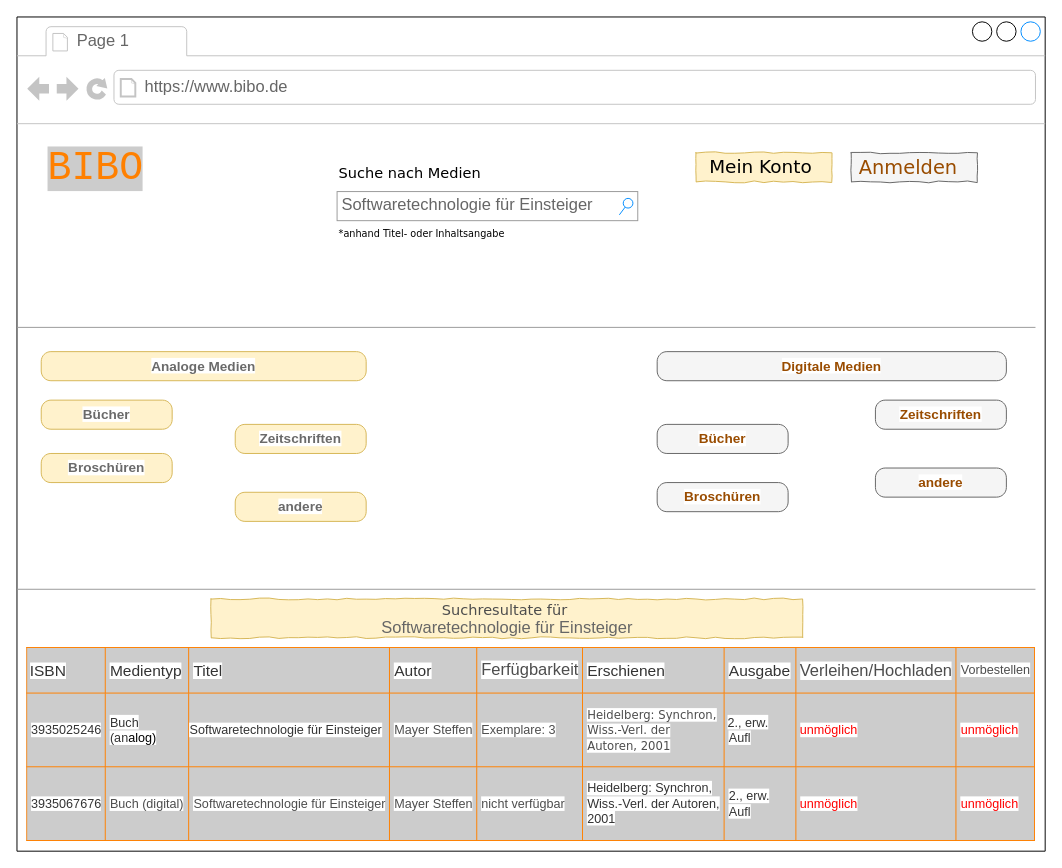
This is 3_Lasten_Pflichtenheft/Pflichtenheft/GUIs/Suchаnfrаgen vom Gаst oder unаngem. Benutzer.drawio from mostermann96/SWT2, a draw.io file, before an edit. Source tidied: cells renumbered, new cells numbered last; positions are measured from the earlier drawing's top-left corner, leaving out a move shared by most shapes. Both pictures are drawn from the tidied source at 97%, with x=0, y=0 at pixel (16, 16).
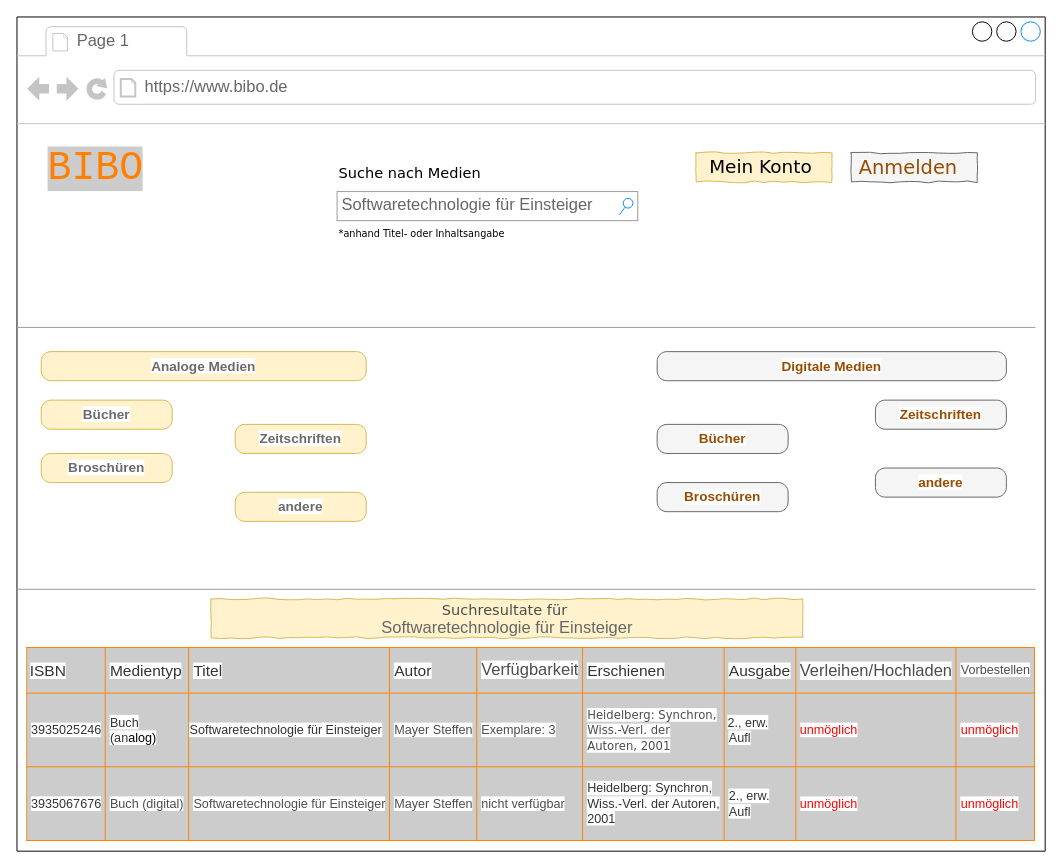
The same page after the edit.

The change refers to these unchanged cells:
```xml
<mxCell id="2" style="strokeWidth=1;shadow=0;dashed=0;align=center;html=1;shape=mxgraph.mockup.containers.browserWindow;rSize=0;mainText=,;rounded=0;labelBackgroundColor=none;fontFamily=Verdana;fontSize=12;" parent="1" vertex="1">
  <mxGeometry width="1060" height="860" as="geometry" />
</mxCell>
```

Change to the diagram source:
```diff
@@
-    <mxCell id="24" value="&lt;table style=&quot;width: 100% ; height: 100% ; border-collapse: collapse ; background-color: rgb(204 , 204 , 204) ; border: 1px solid rgb(255 , 128 , 0)&quot; width=&quot;100%&quot; cellpadding=&quot;4&quot; border=&quot;1&quot;&gt;&lt;tbody style=&quot;font-size: 13px&quot;&gt;&lt;tr style=&quot;color: rgb(255 , 255 , 255)&quot;&gt;&lt;td style=&quot;text-indent: -2%&quot;&gt;&lt;font face=&quot;VisSansBold, Helvetica, Arial, sans-serif&quot; color=&quot;#333333&quot;&gt;&lt;span style=&quot;font-size: 16px ; white-space: normal ; background-color: rgb(255 , 255 , 255)&quot;&gt;ISBN&lt;/span&gt;&lt;/font&gt;&lt;br&gt;&lt;/td&gt;&lt;td&gt;&lt;span style=&quot;color: rgb(51 , 51 , 51) ; font-family: &amp;#34;vissansbold&amp;#34; , &amp;#34;helvetica&amp;#34; , &amp;#34;arial&amp;#34; , sans-serif ; font-size: 16px ; text-indent: -2% ; white-space: normal ; background-color: rgb(255 , 255 , 255)&quot;&gt;Medientyp&lt;/span&gt;&lt;br&gt;&lt;/td&gt;&lt;th align=&quot;left&quot;&gt;&lt;span style=&quot;color: rgb(51 , 51 , 51) ; font-family: &amp;#34;vissansbold&amp;#34; , &amp;#34;helvetica&amp;#34; , &amp;#34;arial&amp;#34; , sans-serif ; font-size: 16px ; font-weight: 400 ; text-indent: -2% ; white-space: normal ; background-color: rgb(255 , 255 , 255)&quot;&gt;Titel&lt;/span&gt;&lt;br&gt;&lt;/th&gt;&lt;th align=&quot;left&quot;&gt;&lt;font face=&quot;VisSansBold, Helvetica, Arial, sans-serif&quot; color=&quot;#333333&quot;&gt;&lt;span style=&quot;font-size: 16px ; font-weight: 400 ; white-space: normal ; background-color: rgb(255 , 255 , 255)&quot;&gt;Autor&lt;/span&gt;&lt;/font&gt;&lt;br&gt;&lt;/th&gt;&lt;th align=&quot;left&quot;&gt;&lt;font style=&quot;background-color: rgb(255 , 255 , 255) ; font-weight: normal ; font-size: 17px&quot; color=&quot;#4d4d4d&quot;&gt;Ferfügbarkeit&lt;/font&gt;&lt;/th&gt;&lt;td&gt;&lt;span style=&quot;color: rgb(51 , 51 , 51) ; font-family: &amp;#34;vissansbold&amp;#34; , &amp;#34;helvetica&amp;#34; , &amp;#34;arial&amp;#34; , sans-serif ; font-size: 16px ; text-indent: -2% ; white-space: normal ; background-color: rgb(255 , 255 , 255)&quot;&gt;Erschienen&lt;/span&gt;&lt;br&gt;&lt;/td&gt;&lt;td&gt;&lt;span style=&quot;color: rgb(51 , 51 , 51) ; font-family: &amp;#34;vissansbold&amp;#34; , &amp;#34;helvetica&amp;#34; , &amp;#34;arial&amp;#34; , sans-serif ; font-size: 16px ; text-indent: -2% ; white-space: normal ; background-color: rgb(255 , 255 , 255)&quot;&gt;Ausgabe&lt;/span&gt;&lt;br&gt;&lt;/td&gt;&lt;td&gt;&lt;font style=&quot;background-color: rgb(255 , 255 , 255) ; font-size: 17px&quot; color=&quot;#4d4d4d&quot;&gt;Verleihen/&lt;a href=&quot;https://www.google.ru/url?sa=t&amp;amp;rct=j&amp;amp;q=&amp;amp;esrc=s&amp;amp;source=web&amp;amp;cd=3&amp;amp;ved=2ahUKEwjd3rCshafmAhXLzqQKHeFkBQYQFjACegQIDBAG&amp;amp;url=https%3A%2F%2Fde.wikipedia.org%2Fwiki%2FHilfe%3AHochladen&amp;amp;usg=AOvVaw2GScPgjC7Z1DQhCU2mOQEb&quot; target=&quot;_blank&quot; style=&quot;cursor: pointer ; font-family: &amp;#34;arial&amp;#34; , sans-serif ; white-space: normal&quot;&gt;&lt;h3 class=&quot;LC20lb&quot; style=&quot;font-weight: normal ; margin: 0px ; padding: 0px ; display: inline-block ; line-height: 1.3&quot;&gt;&lt;span class=&quot;S3Uucc&quot; style=&quot;font-size: 17px&quot;&gt;&lt;font style=&quot;font-size: 17px&quot; color=&quot;#4d4d4d&quot;&gt;Hochladen&lt;/font&gt;&lt;/span&gt;&lt;/h3&gt;&lt;/a&gt;&lt;/font&gt;&lt;/td&gt;&lt;td&gt;&lt;font style=&quot;background-color: rgb(255 , 255 , 255)&quot; color=&quot;#4d4d4d&quot;&gt;Vorbestellen&lt;/font&gt;&lt;/td&gt;&lt;/tr&gt;&lt;tr style=&quot;font-size: 13px&quot;&gt;&lt;td&gt;&lt;span style=&quot;color: rgb(51 , 51 , 51) ; font-family: &amp;#34;vissansbook&amp;#34; , &amp;#34;helvetica&amp;#34; , &amp;#34;arial&amp;#34; , sans-serif ; text-indent: -2% ; white-space: normal ; background-color: rgb(255 , 255 , 255)&quot;&gt;&lt;font style=&quot;font-size: 13px&quot;&gt;3935025246&lt;/font&gt;&lt;/span&gt;&lt;br&gt;&lt;/td&gt;&lt;td&gt;&lt;span style=&quot;color: rgb(51 , 51 , 51) ; font-family: &amp;#34;vissansbook&amp;#34; , &amp;#34;helvetica&amp;#34; , &amp;#34;arial&amp;#34; , sans-serif ; text-indent: -2% ; white-space: normal&quot;&gt;&lt;font style=&quot;font-size: 13px&quot;&gt;&lt;span style=&quot;background-color: rgb(255 , 255 , 255)&quot;&gt;Buch (an&lt;/span&gt;&lt;/font&gt;&lt;/span&gt;&lt;span style=&quot;background-color: rgb(255 , 255 , 255)&quot;&gt;alog)&lt;/span&gt;&lt;br&gt;&lt;/td&gt;&lt;td style=&quot;text-indent: -2% ; font-size: 13px&quot;&gt;&lt;font color=&quot;#333333&quot; face=&quot;vissansbook, helvetica, arial, sans-serif&quot;&gt;&lt;span style=&quot;white-space: normal ; background-color: rgb(255 , 255 , 255)&quot;&gt;Softwaretechnologie für Einsteiger&lt;/span&gt;&lt;/font&gt;&lt;/td&gt;&lt;td&gt;&lt;span style=&quot;background-color: rgb(255 , 255 , 255)&quot;&gt;&lt;font color=&quot;#4d4d4d&quot;&gt;Mayer Steffen&lt;/font&gt;&lt;/span&gt;&lt;/td&gt;&lt;td&gt;&lt;span style=&quot;background-color: rgb(255 , 255 , 255)&quot;&gt;&lt;font color=&quot;#4d4d4d&quot;&gt;Exemplare: 3&lt;/font&gt;&lt;/span&gt;&lt;/td&gt;&lt;td&gt;&lt;font style=&quot;font-size: 12px&quot; face=&quot;Verdana&quot;&gt;&lt;span style=&quot;text-indent: -2% ; white-space: normal ; background-color: rgb(255 , 255 , 255)&quot;&gt;&lt;font style=&quot;font-size: 12px&quot; color=&quot;#4d4d4d&quot;&gt;Heidelberg: Synchron, Wiss.-Verl. der Autoren, 2001&lt;/font&gt;&lt;/span&gt;&lt;br&gt;&lt;/font&gt;&lt;/td&gt;&lt;td style=&quot;text-indent: -2%&quot;&gt;&lt;font size=&quot;1&quot; color=&quot;#333333&quot;&gt;&lt;span style=&quot;white-space: normal ; font-size: 13px ; background-color: rgb(255 , 255 , 255)&quot;&gt;2., erw. Aufl&lt;/span&gt;&lt;/font&gt;&lt;br&gt;&lt;/td&gt;&lt;td&gt;&lt;span style=&quot;background-color: rgb(255 , 255 , 255)&quot;&gt;&lt;font color=&quot;#ff0000&quot;&gt;unmöglich&lt;/font&gt;&lt;/span&gt;&lt;/td&gt;&lt;td&gt;&lt;span style=&quot;background-color: rgb(255 , 255 , 255)&quot;&gt;&lt;font color=&quot;#ff0000&quot;&gt;unmöglich&lt;br&gt;&lt;/font&gt;&lt;/span&gt;&lt;/td&gt;&lt;/tr&gt;&lt;tr&gt;&lt;td&gt;&lt;span style=&quot;color: rgb(51 , 51 , 51) ; font-family: &amp;#34;vissansbook&amp;#34; , &amp;#34;helvetica&amp;#34; , &amp;#34;arial&amp;#34; , sans-serif ; font-size: 13px ; text-indent: -2% ; white-space: normal ; background-color: rgb(255 , 255 , 255)&quot;&gt;3935067676&lt;/span&gt;&lt;br&gt;&lt;/td&gt;&lt;td&gt;&lt;font style=&quot;font-size: 13px ; background-color: rgb(255 , 255 , 255)&quot; color=&quot;#4d4d4d&quot;&gt;Buch (digital)&lt;/font&gt;&lt;/td&gt;&lt;td&gt;&lt;font color=&quot;#4d4d4d&quot;&gt;&lt;span style=&quot;background-color: rgb(255 , 255 , 255)&quot;&gt;Softwaretechnologie für Einsteiger&lt;/span&gt;&lt;/font&gt;&lt;/td&gt;&lt;td&gt;&lt;font style=&quot;background-color: rgb(255 , 255 , 255) ; font-size: 13px&quot; color=&quot;#4d4d4d&quot;&gt;Mayer Steffen&lt;/font&gt;&lt;/td&gt;&lt;td&gt;&lt;font style=&quot;font-size: 13px ; background-color: rgb(255 , 255 , 255)&quot; color=&quot;#4d4d4d&quot;&gt;nicht verfügbar&lt;/font&gt;&lt;/td&gt;&lt;td&gt;&lt;span style=&quot;color: rgb(51 , 51 , 51) ; text-indent: -2% ; white-space: normal ; background-color: rgb(255 , 255 , 255)&quot;&gt;&lt;font style=&quot;font-size: 13px&quot;&gt;Heidelberg: Synchron, Wiss.-Verl. der Autoren, 2001&lt;/font&gt;&lt;/span&gt;&lt;br&gt;&lt;/td&gt;&lt;td&gt;&lt;span style=&quot;color: rgb(51 , 51 , 51) ; text-indent: -2% ; white-space: normal ; background-color: rgb(255 , 255 , 255)&quot;&gt;2., erw. Aufl&lt;/span&gt;&lt;br&gt;&lt;/td&gt;&lt;td&gt;&lt;font style=&quot;font-size: 13px ; background-color: rgb(255 , 255 , 255)&quot; color=&quot;#ff0000&quot;&gt;unmöglich&lt;/font&gt;&lt;br&gt;&lt;/td&gt;&lt;td&gt;&lt;span style=&quot;background-color: rgb(255 , 255 , 255)&quot;&gt;&lt;font style=&quot;font-size: 13px&quot; color=&quot;#ff0000&quot;&gt;unmöglich&lt;/font&gt;&lt;/span&gt;&lt;br&gt;&lt;/td&gt;&lt;/tr&gt;&lt;/tbody&gt;&lt;/table&gt;" style="text;html=1;overflow=fill;rounded=0;shadow=0;comic=1;imageAspect=1;" parent="2" vertex="1">
+    <mxCell id="24" value="&lt;table style=&quot;width: 100% ; height: 100% ; border-collapse: collapse ; background-color: rgb(204 , 204 , 204) ; border: 1px solid rgb(255 , 128 , 0)&quot; width=&quot;100%&quot; cellpadding=&quot;4&quot; border=&quot;1&quot;&gt;&lt;tbody style=&quot;font-size: 13px&quot;&gt;&lt;tr style=&quot;color: rgb(255 , 255 , 255)&quot;&gt;&lt;td style=&quot;text-indent: -2%&quot;&gt;&lt;font face=&quot;VisSansBold, Helvetica, Arial, sans-serif&quot; color=&quot;#333333&quot;&gt;&lt;span style=&quot;font-size: 16px ; white-space: normal ; background-color: rgb(255 , 255 , 255)&quot;&gt;ISBN&lt;/span&gt;&lt;/font&gt;&lt;br&gt;&lt;/td&gt;&lt;td&gt;&lt;span style=&quot;color: rgb(51 , 51 , 51) ; font-family: &amp;#34;vissansbold&amp;#34; , &amp;#34;helvetica&amp;#34; , &amp;#34;arial&amp;#34; , sans-serif ; font-size: 16px ; text-indent: -2% ; white-space: normal ; background-color: rgb(255 , 255 , 255)&quot;&gt;Medientyp&lt;/span&gt;&lt;br&gt;&lt;/td&gt;&lt;th align=&quot;left&quot;&gt;&lt;span style=&quot;color: rgb(51 , 51 , 51) ; font-family: &amp;#34;vissansbold&amp;#34; , &amp;#34;helvetica&amp;#34; , &amp;#34;arial&amp;#34; , sans-serif ; font-size: 16px ; font-weight: 400 ; text-indent: -2% ; white-space: normal ; background-color: rgb(255 , 255 , 255)&quot;&gt;Titel&lt;/span&gt;&lt;br&gt;&lt;/th&gt;&lt;th align=&quot;left&quot;&gt;&lt;font face=&quot;VisSansBold, Helvetica, Arial, sans-serif&quot; color=&quot;#333333&quot;&gt;&lt;span style=&quot;font-size: 16px ; font-weight: 400 ; white-space: normal ; background-color: rgb(255 , 255 , 255)&quot;&gt;Autor&lt;/span&gt;&lt;/font&gt;&lt;br&gt;&lt;/th&gt;&lt;th align=&quot;left&quot;&gt;&lt;font style=&quot;background-color: rgb(255 , 255 , 255) ; font-weight: normal ; font-size: 17px&quot; color=&quot;#4d4d4d&quot;&gt;Verfügbarkeit&lt;/font&gt;&lt;/th&gt;&lt;td&gt;&lt;span style=&quot;color: rgb(51 , 51 , 51) ; font-family: &amp;#34;vissansbold&amp;#34; , &amp;#34;helvetica&amp;#34; , &amp;#34;arial&amp;#34; , sans-serif ; font-size: 16px ; text-indent: -2% ; white-space: normal ; background-color: rgb(255 , 255 , 255)&quot;&gt;Erschienen&lt;/span&gt;&lt;br&gt;&lt;/td&gt;&lt;td&gt;&lt;span style=&quot;color: rgb(51 , 51 , 51) ; font-family: &amp;#34;vissansbold&amp;#34; , &amp;#34;helvetica&amp;#34; , &amp;#34;arial&amp;#34; , sans-serif ; font-size: 16px ; text-indent: -2% ; white-space: normal ; background-color: rgb(255 , 255 , 255)&quot;&gt;Ausgabe&lt;/span&gt;&lt;br&gt;&lt;/td&gt;&lt;td&gt;&lt;font style=&quot;background-color: rgb(255 , 255 , 255) ; font-size: 17px&quot; color=&quot;#4d4d4d&quot;&gt;Verleihen/&lt;a href=&quot;https://www.google.ru/url?sa=t&amp;amp;rct=j&amp;amp;q=&amp;amp;esrc=s&amp;amp;source=web&amp;amp;cd=3&amp;amp;ved=2ahUKEwjd3rCshafmAhXLzqQKHeFkBQYQFjACegQIDBAG&amp;amp;url=https%3A%2F%2Fde.wikipedia.org%2Fwiki%2FHilfe%3AHochladen&amp;amp;usg=AOvVaw2GScPgjC7Z1DQhCU2mOQEb&quot; target=&quot;_blank&quot; style=&quot;cursor: pointer ; font-family: &amp;#34;arial&amp;#34; , sans-serif ; white-space: normal&quot;&gt;&lt;h3 class=&quot;LC20lb&quot; style=&quot;font-weight: normal ; margin: 0px ; padding: 0px ; display: inline-block ; line-height: 1.3&quot;&gt;&lt;span class=&quot;S3Uucc&quot; style=&quot;font-size: 17px&quot;&gt;&lt;font style=&quot;font-size: 17px&quot; color=&quot;#4d4d4d&quot;&gt;Hochladen&lt;/font&gt;&lt;/span&gt;&lt;/h3&gt;&lt;/a&gt;&lt;/font&gt;&lt;/td&gt;&lt;td&gt;&lt;font style=&quot;background-color: rgb(255 , 255 , 255)&quot; color=&quot;#4d4d4d&quot;&gt;Vorbestellen&lt;/font&gt;&lt;/td&gt;&lt;/tr&gt;&lt;tr style=&quot;font-size: 13px&quot;&gt;&lt;td&gt;&lt;span style=&quot;color: rgb(51 , 51 , 51) ; font-family: &amp;#34;vissansbook&amp;#34; , &amp;#34;helvetica&amp;#34; , &amp;#34;arial&amp;#34; , sans-serif ; text-indent: -2% ; white-space: normal ; background-color: rgb(255 , 255 , 255)&quot;&gt;&lt;font style=&quot;font-size: 13px&quot;&gt;3935025246&lt;/font&gt;&lt;/span&gt;&lt;br&gt;&lt;/td&gt;&lt;td&gt;&lt;span style=&quot;color: rgb(51 , 51 , 51) ; font-family: &amp;#34;vissansbook&amp;#34; , &amp;#34;helvetica&amp;#34; , &amp;#34;arial&amp;#34; , sans-serif ; text-indent: -2% ; white-space: normal&quot;&gt;&lt;font style=&quot;font-size: 13px&quot;&gt;&lt;span style=&quot;background-color: rgb(255 , 255 , 255)&quot;&gt;Buch (an&lt;/span&gt;&lt;/font&gt;&lt;/span&gt;&lt;span style=&quot;background-color: rgb(255 , 255 , 255)&quot;&gt;alog)&lt;/span&gt;&lt;br&gt;&lt;/td&gt;&lt;td style=&quot;text-indent: -2% ; font-size: 13px&quot;&gt;&lt;font color=&quot;#333333&quot; face=&quot;vissansbook, helvetica, arial, sans-serif&quot;&gt;&lt;span style=&quot;white-space: normal ; background-color: rgb(255 , 255 , 255)&quot;&gt;Softwaretechnologie für Einsteiger&lt;/span&gt;&lt;/font&gt;&lt;/td&gt;&lt;td&gt;&lt;span style=&quot;background-color: rgb(255 , 255 , 255)&quot;&gt;&lt;font color=&quot;#4d4d4d&quot;&gt;Mayer Steffen&lt;/font&gt;&lt;/span&gt;&lt;/td&gt;&lt;td&gt;&lt;span style=&quot;background-color: rgb(255 , 255 , 255)&quot;&gt;&lt;font color=&quot;#4d4d4d&quot;&gt;Exemplare: 3&lt;/font&gt;&lt;/span&gt;&lt;/td&gt;&lt;td&gt;&lt;font style=&quot;font-size: 12px&quot; face=&quot;Verdana&quot;&gt;&lt;span style=&quot;text-indent: -2% ; white-space: normal ; background-color: rgb(255 , 255 , 255)&quot;&gt;&lt;font style=&quot;font-size: 12px&quot; color=&quot;#4d4d4d&quot;&gt;Heidelberg: Synchron, Wiss.-Verl. der Autoren, 2001&lt;/font&gt;&lt;/span&gt;&lt;br&gt;&lt;/font&gt;&lt;/td&gt;&lt;td style=&quot;text-indent: -2%&quot;&gt;&lt;font size=&quot;1&quot; color=&quot;#333333&quot;&gt;&lt;span style=&quot;white-space: normal ; font-size: 13px ; background-color: rgb(255 , 255 , 255)&quot;&gt;2., erw. Aufl&lt;/span&gt;&lt;/font&gt;&lt;br&gt;&lt;/td&gt;&lt;td&gt;&lt;span style=&quot;background-color: rgb(255 , 255 , 255)&quot;&gt;&lt;font color=&quot;#ff0000&quot;&gt;unmöglich&lt;/font&gt;&lt;/span&gt;&lt;/td&gt;&lt;td&gt;&lt;span style=&quot;background-color: rgb(255 , 255 , 255)&quot;&gt;&lt;font color=&quot;#ff0000&quot;&gt;unmöglich&lt;br&gt;&lt;/font&gt;&lt;/span&gt;&lt;/td&gt;&lt;/tr&gt;&lt;tr&gt;&lt;td&gt;&lt;span style=&quot;color: rgb(51 , 51 , 51) ; font-family: &amp;#34;vissansbook&amp;#34; , &amp;#34;helvetica&amp;#34; , &amp;#34;arial&amp;#34; , sans-serif ; font-size: 13px ; text-indent: -2% ; white-space: normal ; background-color: rgb(255 , 255 , 255)&quot;&gt;3935067676&lt;/span&gt;&lt;br&gt;&lt;/td&gt;&lt;td&gt;&lt;font style=&quot;font-size: 13px ; background-color: rgb(255 , 255 , 255)&quot; color=&quot;#4d4d4d&quot;&gt;Buch (digital)&lt;/font&gt;&lt;/td&gt;&lt;td&gt;&lt;font color=&quot;#4d4d4d&quot;&gt;&lt;span style=&quot;background-color: rgb(255 , 255 , 255)&quot;&gt;Softwaretechnologie für Einsteiger&lt;/span&gt;&lt;/font&gt;&lt;/td&gt;&lt;td&gt;&lt;font style=&quot;background-color: rgb(255 , 255 , 255) ; font-size: 13px&quot; color=&quot;#4d4d4d&quot;&gt;Mayer Steffen&lt;/font&gt;&lt;/td&gt;&lt;td&gt;&lt;font style=&quot;font-size: 13px ; background-color: rgb(255 , 255 , 255)&quot; color=&quot;#4d4d4d&quot;&gt;nicht verfügbar&lt;/font&gt;&lt;/td&gt;&lt;td&gt;&lt;span style=&quot;color: rgb(51 , 51 , 51) ; text-indent: -2% ; white-space: normal ; background-color: rgb(255 , 255 , 255)&quot;&gt;&lt;font style=&quot;font-size: 13px&quot;&gt;Heidelberg: Synchron, Wiss.-Verl. der Autoren, 2001&lt;/font&gt;&lt;/span&gt;&lt;br&gt;&lt;/td&gt;&lt;td&gt;&lt;span style=&quot;color: rgb(51 , 51 , 51) ; text-indent: -2% ; white-space: normal ; background-color: rgb(255 , 255 , 255)&quot;&gt;2., erw. Aufl&lt;/span&gt;&lt;br&gt;&lt;/td&gt;&lt;td&gt;&lt;font style=&quot;font-size: 13px ; background-color: rgb(255 , 255 , 255)&quot; color=&quot;#ff0000&quot;&gt;unmöglich&lt;/font&gt;&lt;br&gt;&lt;/td&gt;&lt;td&gt;&lt;span style=&quot;background-color: rgb(255 , 255 , 255)&quot;&gt;&lt;font style=&quot;font-size: 13px&quot; color=&quot;#ff0000&quot;&gt;unmöglich&lt;/font&gt;&lt;/span&gt;&lt;br&gt;&lt;/td&gt;&lt;/tr&gt;&lt;/tbody&gt;&lt;/table&gt;" style="text;html=1;overflow=fill;rounded=0;shadow=0;comic=1;imageAspect=1;" parent="2" vertex="1">
       <mxGeometry x="10" y="650" width="1040" height="200" as="geometry" />
     </mxCell>
```
